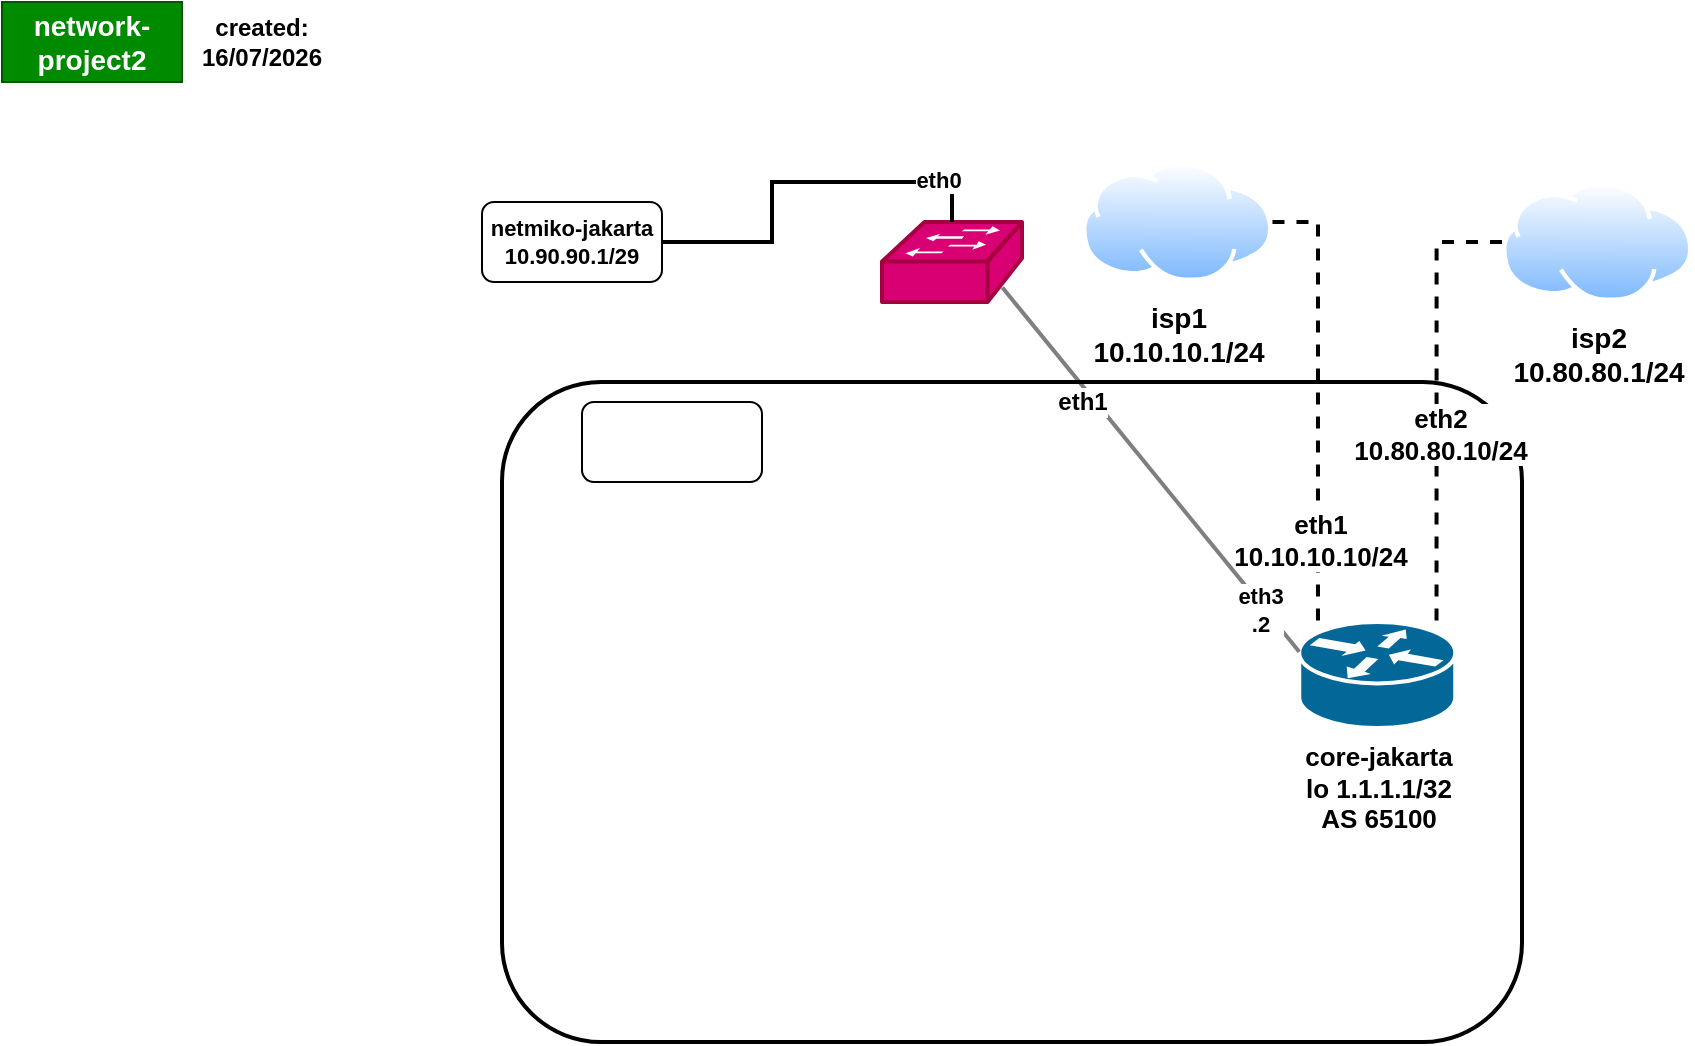
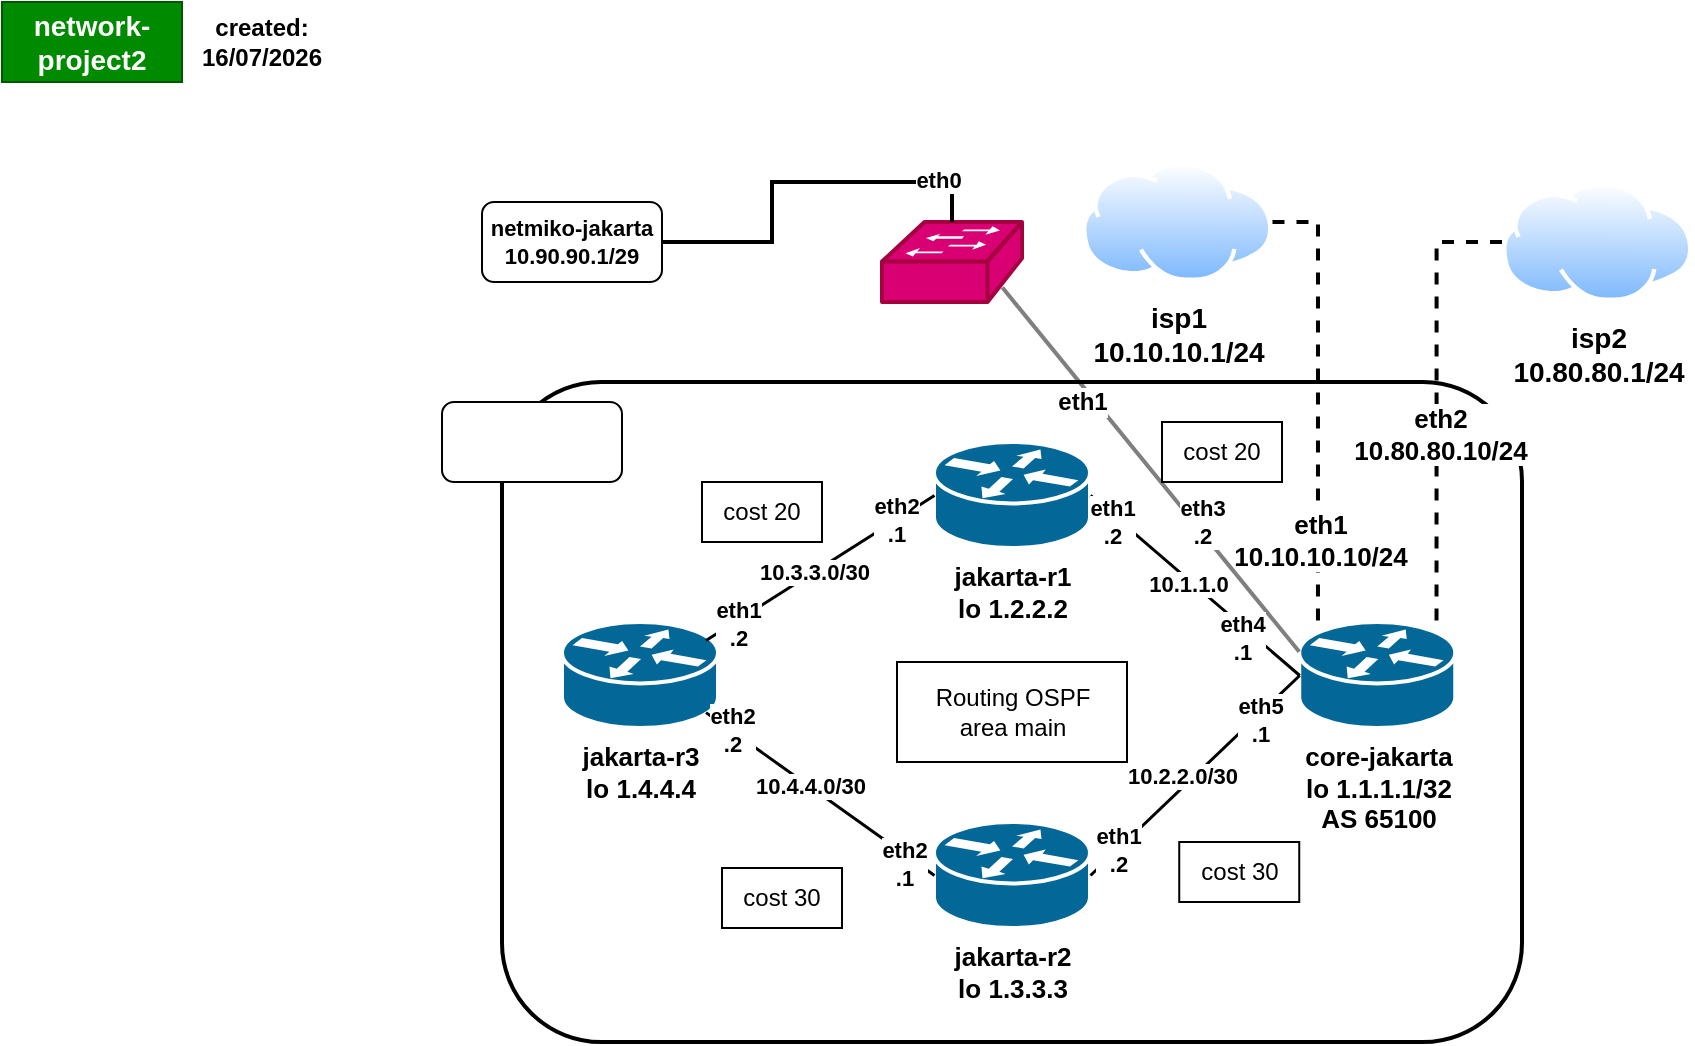
<mxfile host="Electron">
  <diagram name="Page-1" id="M5b1dx2r68ZZbaG0b8IR">
    <mxGraphModel dx="1030" dy="662" grid="1" gridSize="10" guides="1" tooltips="1" connect="1" arrows="1" fold="1" page="1" pageScale="1" pageWidth="2336" pageHeight="1654" math="0" shadow="0">
      <root>
        <mxCell id="0" />
        <mxCell id="1" parent="0" />
        <mxCell id="Oj9e9LdENO-kPFbazs2w-2" parent="1" style="whiteSpace=wrap;html=1;fontStyle=1;fillColor=#008a00;fontColor=#ffffff;strokeColor=#005700;fontSize=14;" value="network-project2" vertex="1">
          <mxGeometry height="40" width="90" x="40" y="20" as="geometry" />
        </mxCell>
        <mxCell id="Oj9e9LdENO-kPFbazs2w-3" parent="1" style="rounded=1;whiteSpace=wrap;html=1;strokeColor=light-dark(#000000,#FF8000);strokeWidth=2;" value="" vertex="1">
          <mxGeometry height="330" width="510" x="290" y="210" as="geometry" />
        </mxCell>
        <mxCell id="Oj9e9LdENO-kPFbazs2w-4" parent="1" style="text;html=1;whiteSpace=wrap;strokeColor=none;fillColor=none;align=center;verticalAlign=middle;rounded=0;fontStyle=1" value="created: 16/07/2026" vertex="1">
          <mxGeometry height="30" width="60" x="140" y="25" as="geometry" />
        </mxCell>
        <mxCell id="Oj9e9LdENO-kPFbazs2w-5" parent="1" style="rounded=1;whiteSpace=wrap;html=1;fontStyle=1;labelBackgroundColor=none;fillColor=light-dark(#FFFFFF,#FF9933);fontColor=light-dark(#FFFFFF,#000000);" value="Jakarta&lt;div&gt;BGP-AS 65100&lt;/div&gt;" vertex="1">
-           <mxGeometry height="40" width="90" x="330" y="220" as="geometry" />
+           <mxGeometry height="40" width="90" x="260" y="220" as="geometry" />
        </mxCell>
        <mxCell id="Oj9e9LdENO-kPFbazs2w-6" parent="1" style="strokeColor=#ffffff;sketch=0;html=1;pointerEvents=1;dashed=0;fillColor=#036897;strokeWidth=2;verticalLabelPosition=bottom;verticalAlign=top;align=center;outlineConnect=0;shape=mxgraph.cisco.routers.router;fontStyle=1;fontSize=13;points=[[0,0.28,0,0,0],[0,0.5,0,0,0],[0.12,0.1,0,0,0],[0.12,0.9,0,0,0],[0.5,0,0,0,0],[0.5,1,0,0,0],[0.88,0.1,0,0,0],[0.88,0.9,0,0,0],[1,0.5,0,0,0]];" value="core-jakarta&lt;div&gt;lo 1.1.1.1/32&lt;/div&gt;&lt;div&gt;AS 65100&lt;/div&gt;" vertex="1">
          <mxGeometry height="53" width="78" x="688.62" y="330" as="geometry" />
        </mxCell>
        <mxCell id="Oj9e9LdENO-kPFbazs2w-7" parent="1" style="image;aspect=fixed;perimeter=ellipsePerimeter;html=1;align=center;shadow=0;dashed=0;spacingTop=3;image=img/lib/active_directory/internet_cloud.svg;fontStyle=1;fontSize=14;" value="isp1&lt;div&gt;10.10.10.1/24&lt;/div&gt;" vertex="1">
          <mxGeometry height="60" width="95.24" x="580" y="100" as="geometry" />
        </mxCell>
        <mxCell id="Oj9e9LdENO-kPFbazs2w-8" parent="1" style="image;aspect=fixed;perimeter=ellipsePerimeter;html=1;align=center;shadow=0;dashed=0;spacingTop=3;image=img/lib/active_directory/internet_cloud.svg;fontStyle=1;fontSize=14;" value="isp2&lt;div&gt;10.80.80.1/24&lt;/div&gt;" vertex="1">
          <mxGeometry height="60" width="95.24" x="790" y="110" as="geometry" />
        </mxCell>
        <mxCell id="Oj9e9LdENO-kPFbazs2w-9" edge="1" parent="1" source="Oj9e9LdENO-kPFbazs2w-7" style="edgeStyle=orthogonalEdgeStyle;rounded=0;orthogonalLoop=1;jettySize=auto;html=1;exitX=1;exitY=0.5;exitDx=0;exitDy=0;entryX=0.12;entryY=0.1;entryDx=0;entryDy=0;entryPerimeter=0;strokeWidth=2;endArrow=none;endFill=0;strokeColor=light-dark(#000000,#FF8000);dashed=1;" target="Oj9e9LdENO-kPFbazs2w-6">
          <mxGeometry relative="1" as="geometry" />
        </mxCell>
        <mxCell id="Oj9e9LdENO-kPFbazs2w-10" connectable="0" parent="Oj9e9LdENO-kPFbazs2w-9" style="edgeLabel;html=1;align=center;verticalAlign=middle;resizable=0;points=[];fontStyle=1;fontSize=13;" value="eth1&lt;div&gt;10.10.10.10/24&lt;/div&gt;" vertex="1">
          <mxGeometry relative="1" x="0.534" y="1" as="geometry">
            <mxPoint y="7" as="offset" />
          </mxGeometry>
        </mxCell>
        <mxCell id="Oj9e9LdENO-kPFbazs2w-11" edge="1" parent="1" source="Oj9e9LdENO-kPFbazs2w-8" style="edgeStyle=orthogonalEdgeStyle;rounded=0;orthogonalLoop=1;jettySize=auto;html=1;exitX=0;exitY=0.5;exitDx=0;exitDy=0;entryX=0.88;entryY=0.1;entryDx=0;entryDy=0;entryPerimeter=0;strokeWidth=2;endArrow=none;endFill=0;strokeColor=light-dark(#000000,#FF8000);dashed=1;" target="Oj9e9LdENO-kPFbazs2w-6">
          <mxGeometry relative="1" as="geometry" />
        </mxCell>
        <mxCell id="Oj9e9LdENO-kPFbazs2w-12" connectable="0" parent="Oj9e9LdENO-kPFbazs2w-11" style="edgeLabel;html=1;align=center;verticalAlign=middle;resizable=0;points=[];fontStyle=1;fontSize=13;" value="eth2&lt;div&gt;10.80.80.10/24&lt;/div&gt;" vertex="1">
          <mxGeometry relative="1" x="0.121" y="1" as="geometry">
            <mxPoint as="offset" />
          </mxGeometry>
        </mxCell>
        <mxCell id="U8SPXZqRIgwzOGuPp77I-3" parent="1" style="strokeColor=#A50040;sketch=0;html=1;pointerEvents=1;dashed=0;fillColor=light-dark(#D80073,#FF3399);strokeWidth=2;verticalLabelPosition=bottom;verticalAlign=top;align=center;outlineConnect=0;shape=mxgraph.cisco.switches.workgroup_switch;fontColor=light-dark(#FFFFFF,#FFFFFF);fontStyle=1;points=[[0,0.5,0,0,0],[0,0.98,0,0,0],[0.16,0.23,0,0,0],[0.5,0,0,0,0],[0.5,0.98,0,0,0],[0.86,0.82,0,0,0],[0.98,0.5,0,0,0],[1,0,0,0,0]];" value="sw-netmiko-jakarta" vertex="1">
          <mxGeometry height="40" width="70" x="480" y="130" as="geometry" />
        </mxCell>
        <mxCell id="U8SPXZqRIgwzOGuPp77I-4" edge="1" parent="1" source="Z36lnnSMTEyM0ZGuY4ys-1" style="edgeStyle=orthogonalEdgeStyle;rounded=0;orthogonalLoop=1;jettySize=auto;html=1;exitX=1;exitY=0.5;exitDx=0;exitDy=0;entryX=0.5;entryY=0;entryDx=0;entryDy=0;entryPerimeter=0;endArrow=none;endFill=0;strokeWidth=2;" target="U8SPXZqRIgwzOGuPp77I-3">
          <mxGeometry relative="1" as="geometry">
            <mxPoint x="378" y="124" as="sourcePoint" />
          </mxGeometry>
        </mxCell>
        <mxCell id="U8SPXZqRIgwzOGuPp77I-5" connectable="0" parent="U8SPXZqRIgwzOGuPp77I-4" style="edgeLabel;html=1;align=center;verticalAlign=middle;resizable=0;points=[];fontStyle=1" value="eth0" vertex="1">
          <mxGeometry relative="1" x="0.722" y="1" as="geometry">
            <mxPoint as="offset" />
          </mxGeometry>
        </mxCell>
        <mxCell id="U8SPXZqRIgwzOGuPp77I-7" edge="1" parent="1" source="U8SPXZqRIgwzOGuPp77I-3" style="rounded=0;orthogonalLoop=1;jettySize=auto;html=1;exitX=0.86;exitY=0.82;exitDx=0;exitDy=0;exitPerimeter=0;entryX=0;entryY=0.28;entryDx=0;entryDy=0;entryPerimeter=0;endArrow=none;endFill=0;strokeWidth=2;opacity=50;" target="Oj9e9LdENO-kPFbazs2w-6">
          <mxGeometry relative="1" as="geometry" />
        </mxCell>
        <mxCell id="U8SPXZqRIgwzOGuPp77I-8" connectable="0" parent="U8SPXZqRIgwzOGuPp77I-7" style="edgeLabel;html=1;align=center;verticalAlign=middle;resizable=0;points=[];fontStyle=1;fontSize=12;" value="eth1" vertex="1">
          <mxGeometry relative="1" x="-0.4711" y="1" as="geometry">
            <mxPoint y="10" as="offset" />
          </mxGeometry>
        </mxCell>
        <mxCell id="U8SPXZqRIgwzOGuPp77I-10" connectable="0" parent="U8SPXZqRIgwzOGuPp77I-7" style="edgeLabel;html=1;align=center;verticalAlign=middle;resizable=0;points=[];fontStyle=1;fontSize=11;" value="eth3&lt;div&gt;.2&lt;/div&gt;" vertex="1">
          <mxGeometry relative="1" x="0.7547" y="-2" as="geometry">
-             <mxPoint as="offset" />
+             <mxPoint x="-29" y="-44" as="offset" />
          </mxGeometry>
        </mxCell>
        <mxCell id="Z36lnnSMTEyM0ZGuY4ys-1" parent="1" style="rounded=1;whiteSpace=wrap;html=1;fontStyle=1;labelBackgroundColor=none;fillColor=light-dark(#FFFFFF,#FF3399);fontColor=default;fontSize=11;" value="netmiko-jakarta&lt;div&gt;10.90.90.1/29&lt;/div&gt;" vertex="1">
          <mxGeometry height="40" width="90" x="280" y="120" as="geometry" />
        </mxCell>
+         <mxCell id="-kiiIHlD1IyzVfwh0qGc-2" parent="1" style="strokeColor=#ffffff;sketch=0;html=1;pointerEvents=1;dashed=0;fillColor=#036897;strokeWidth=2;verticalLabelPosition=bottom;verticalAlign=top;align=center;outlineConnect=0;shape=mxgraph.cisco.routers.router;fontStyle=1;fontSize=13;points=[[0,0.28,0,0,0],[0,0.5,0,0,0],[0.12,0.1,0,0,0],[0.12,0.9,0,0,0],[0.5,0,0,0,0],[0.5,1,0,0,0],[0.88,0.1,0,0,0],[0.88,0.9,0,0,0],[1,0.5,0,0,0]];" value="jakarta-r1&lt;div&gt;lo 1.2.2.2&lt;/div&gt;" vertex="1">
+           <mxGeometry height="53" width="78" x="506" y="240" as="geometry" />
+         </mxCell>
+         <mxCell id="-kiiIHlD1IyzVfwh0qGc-3" parent="1" style="strokeColor=#ffffff;sketch=0;html=1;pointerEvents=1;dashed=0;fillColor=#036897;strokeWidth=2;verticalLabelPosition=bottom;verticalAlign=top;align=center;outlineConnect=0;shape=mxgraph.cisco.routers.router;fontStyle=1;fontSize=13;points=[[0,0.28,0,0,0],[0,0.5,0,0,0],[0.12,0.1,0,0,0],[0.12,0.9,0,0,0],[0.5,0,0,0,0],[0.5,1,0,0,0],[0.88,0.1,0,0,0],[0.88,0.9,0,0,0],[1,0.5,0,0,0]];" value="jakarta-r2&lt;div&gt;lo 1.3.3.3&lt;/div&gt;" vertex="1">
+           <mxGeometry height="53" width="78" x="506" y="430" as="geometry" />
+         </mxCell>
+         <mxCell id="-kiiIHlD1IyzVfwh0qGc-4" parent="1" style="strokeColor=#ffffff;sketch=0;html=1;pointerEvents=1;dashed=0;fillColor=#036897;strokeWidth=2;verticalLabelPosition=bottom;verticalAlign=top;align=center;outlineConnect=0;shape=mxgraph.cisco.routers.router;fontStyle=1;fontSize=13;points=[[0,0.28,0,0,0],[0,0.5,0,0,0],[0.12,0.1,0,0,0],[0.12,0.9,0,0,0],[0.5,0,0,0,0],[0.5,1,0,0,0],[0.92,0.17,0,0,0],[0.92,0.85,0,0,0],[1,0.5,0,0,0]];" value="jakarta-r3&lt;div&gt;lo 1.4.4.4&lt;/div&gt;" vertex="1">
+           <mxGeometry height="53" width="78" x="320" y="330" as="geometry" />
+         </mxCell>
+         <mxCell id="-kiiIHlD1IyzVfwh0qGc-5" edge="1" parent="1" source="Oj9e9LdENO-kPFbazs2w-6" style="rounded=0;orthogonalLoop=1;jettySize=auto;html=1;exitX=0;exitY=0.5;exitDx=0;exitDy=0;exitPerimeter=0;entryX=1;entryY=0.5;entryDx=0;entryDy=0;entryPerimeter=0;endArrow=none;endFill=0;strokeWidth=1.5;" target="-kiiIHlD1IyzVfwh0qGc-2">
+           <mxGeometry relative="1" as="geometry" />
+         </mxCell>
+         <mxCell id="-kiiIHlD1IyzVfwh0qGc-11" connectable="0" parent="-kiiIHlD1IyzVfwh0qGc-5" style="edgeLabel;html=1;align=center;verticalAlign=middle;resizable=0;points=[];fontStyle=1" value="10.1.1.0" vertex="1">
+           <mxGeometry relative="1" x="0.0425" y="2" as="geometry">
+             <mxPoint as="offset" />
+           </mxGeometry>
+         </mxCell>
+         <mxCell id="-kiiIHlD1IyzVfwh0qGc-12" connectable="0" parent="-kiiIHlD1IyzVfwh0qGc-5" style="edgeLabel;html=1;align=center;verticalAlign=middle;resizable=0;points=[];fontStyle=1" value="eth4&lt;div&gt;.1&lt;/div&gt;" vertex="1">
+           <mxGeometry relative="1" x="-0.7022" as="geometry">
+             <mxPoint x="-13" y="-5" as="offset" />
+           </mxGeometry>
+         </mxCell>
+         <mxCell id="-kiiIHlD1IyzVfwh0qGc-13" connectable="0" parent="-kiiIHlD1IyzVfwh0qGc-5" style="edgeLabel;html=1;align=center;verticalAlign=middle;resizable=0;points=[];fontStyle=1" value="eth1&lt;div&gt;.2&lt;/div&gt;" vertex="1">
+           <mxGeometry relative="1" x="0.8287" y="-2" as="geometry">
+             <mxPoint y="7" as="offset" />
+           </mxGeometry>
+         </mxCell>
+         <mxCell id="-kiiIHlD1IyzVfwh0qGc-7" edge="1" parent="1" source="-kiiIHlD1IyzVfwh0qGc-3" style="rounded=0;orthogonalLoop=1;jettySize=auto;html=1;exitX=1;exitY=0.5;exitDx=0;exitDy=0;exitPerimeter=0;entryX=0;entryY=0.5;entryDx=0;entryDy=0;entryPerimeter=0;endArrow=none;endFill=0;strokeWidth=1.5;" target="Oj9e9LdENO-kPFbazs2w-6">
+           <mxGeometry relative="1" as="geometry" />
+         </mxCell>
+         <mxCell id="-kiiIHlD1IyzVfwh0qGc-8" connectable="0" parent="-kiiIHlD1IyzVfwh0qGc-7" style="edgeLabel;html=1;align=center;verticalAlign=middle;resizable=0;points=[];fontStyle=1" value="10.2.2.0/30" vertex="1">
+           <mxGeometry relative="1" x="-0.0761" y="5" as="geometry">
+             <mxPoint x="1" as="offset" />
+           </mxGeometry>
+         </mxCell>
+         <mxCell id="-kiiIHlD1IyzVfwh0qGc-9" connectable="0" parent="-kiiIHlD1IyzVfwh0qGc-7" style="edgeLabel;html=1;align=center;verticalAlign=middle;resizable=0;points=[];fontStyle=1" value="eth5&lt;div&gt;.1&lt;/div&gt;" vertex="1">
+           <mxGeometry relative="1" x="0.5909" y="-2" as="geometry">
+             <mxPoint as="offset" />
+           </mxGeometry>
+         </mxCell>
+         <mxCell id="-kiiIHlD1IyzVfwh0qGc-10" connectable="0" parent="-kiiIHlD1IyzVfwh0qGc-7" style="edgeLabel;html=1;align=center;verticalAlign=middle;resizable=0;points=[];fontStyle=1" value="eth1&lt;div&gt;.2&lt;/div&gt;" vertex="1">
+           <mxGeometry relative="1" x="-0.7429" as="geometry">
+             <mxPoint as="offset" />
+           </mxGeometry>
+         </mxCell>
+         <mxCell id="-kiiIHlD1IyzVfwh0qGc-14" edge="1" parent="1" source="-kiiIHlD1IyzVfwh0qGc-2" style="rounded=0;orthogonalLoop=1;jettySize=auto;html=1;exitX=0;exitY=0.5;exitDx=0;exitDy=0;exitPerimeter=0;entryX=0.92;entryY=0.17;entryDx=0;entryDy=0;entryPerimeter=0;endArrow=none;endFill=0;strokeWidth=1.5;" target="-kiiIHlD1IyzVfwh0qGc-4">
+           <mxGeometry relative="1" as="geometry" />
+         </mxCell>
+         <mxCell id="-kiiIHlD1IyzVfwh0qGc-16" connectable="0" parent="-kiiIHlD1IyzVfwh0qGc-14" style="edgeLabel;html=1;align=center;verticalAlign=middle;resizable=0;points=[];fontStyle=1" value="10.3.3.0/30" vertex="1">
+           <mxGeometry relative="1" x="0.054" as="geometry">
+             <mxPoint as="offset" />
+           </mxGeometry>
+         </mxCell>
+         <mxCell id="-kiiIHlD1IyzVfwh0qGc-17" connectable="0" parent="-kiiIHlD1IyzVfwh0qGc-14" style="edgeLabel;html=1;align=center;verticalAlign=middle;resizable=0;points=[];fontStyle=1" value="eth2&lt;div&gt;.1&lt;/div&gt;" vertex="1">
+           <mxGeometry relative="1" x="-0.6636" as="geometry">
+             <mxPoint as="offset" />
+           </mxGeometry>
+         </mxCell>
+         <mxCell id="-kiiIHlD1IyzVfwh0qGc-18" connectable="0" parent="-kiiIHlD1IyzVfwh0qGc-14" style="edgeLabel;html=1;align=center;verticalAlign=middle;resizable=0;points=[];fontStyle=1" value="eth1&lt;div&gt;.2&lt;/div&gt;" vertex="1">
+           <mxGeometry relative="1" x="0.7389" y="2" as="geometry">
+             <mxPoint as="offset" />
+           </mxGeometry>
+         </mxCell>
+         <mxCell id="-kiiIHlD1IyzVfwh0qGc-15" edge="1" parent="1" source="-kiiIHlD1IyzVfwh0qGc-4" style="rounded=0;orthogonalLoop=1;jettySize=auto;html=1;exitX=0.92;exitY=0.85;exitDx=0;exitDy=0;exitPerimeter=0;entryX=0;entryY=0.5;entryDx=0;entryDy=0;entryPerimeter=0;endArrow=none;endFill=0;strokeWidth=1.5;" target="-kiiIHlD1IyzVfwh0qGc-3">
+           <mxGeometry relative="1" as="geometry" />
+         </mxCell>
+         <mxCell id="-kiiIHlD1IyzVfwh0qGc-19" connectable="0" parent="-kiiIHlD1IyzVfwh0qGc-15" style="edgeLabel;html=1;align=center;verticalAlign=middle;resizable=0;points=[];fontStyle=1" value="10.4.4.0/30" vertex="1">
+           <mxGeometry relative="1" x="-0.0876" as="geometry">
+             <mxPoint as="offset" />
+           </mxGeometry>
+         </mxCell>
+         <mxCell id="-kiiIHlD1IyzVfwh0qGc-20" connectable="0" parent="-kiiIHlD1IyzVfwh0qGc-15" style="edgeLabel;html=1;align=center;verticalAlign=middle;resizable=0;points=[];fontStyle=1" value="eth2&lt;div&gt;.1&lt;/div&gt;" vertex="1">
+           <mxGeometry relative="1" x="0.4692" y="-2" as="geometry">
+             <mxPoint x="16" y="14" as="offset" />
+           </mxGeometry>
+         </mxCell>
+         <mxCell id="-kiiIHlD1IyzVfwh0qGc-21" connectable="0" parent="-kiiIHlD1IyzVfwh0qGc-15" style="edgeLabel;html=1;align=center;verticalAlign=middle;resizable=0;points=[];fontStyle=1" value="eth2&lt;div&gt;.2&lt;/div&gt;" vertex="1">
+           <mxGeometry relative="1" x="-0.7636" y="1" as="geometry">
+             <mxPoint x="-1" as="offset" />
+           </mxGeometry>
+         </mxCell>
+         <mxCell id="-kiiIHlD1IyzVfwh0qGc-22" parent="1" style="whiteSpace=wrap;html=1;" value="Routing OSPF&lt;div&gt;area main&lt;/div&gt;" vertex="1">
+           <mxGeometry height="50" width="115" x="487.5" y="350" as="geometry" />
+         </mxCell>
+         <mxCell id="-kiiIHlD1IyzVfwh0qGc-23" parent="1" style="rounded=0;whiteSpace=wrap;html=1;" value="cost 30" vertex="1">
+           <mxGeometry height="30" width="60" x="400" y="453" as="geometry" />
+         </mxCell>
+         <mxCell id="-kiiIHlD1IyzVfwh0qGc-24" parent="1" style="rounded=0;whiteSpace=wrap;html=1;" value="cost 30" vertex="1">
+           <mxGeometry height="30" width="60" x="628.62" y="440" as="geometry" />
+         </mxCell>
+         <mxCell id="-kiiIHlD1IyzVfwh0qGc-25" parent="1" style="rounded=0;whiteSpace=wrap;html=1;" value="cost 20" vertex="1">
+           <mxGeometry height="30" width="60" x="390" y="260" as="geometry" />
+         </mxCell>
+         <mxCell id="-kiiIHlD1IyzVfwh0qGc-26" parent="1" style="rounded=0;whiteSpace=wrap;html=1;" value="cost 20" vertex="1">
+           <mxGeometry height="30" width="60" x="620" y="230" as="geometry" />
+         </mxCell>
      </root>
    </mxGraphModel>
  </diagram>
</mxfile>
